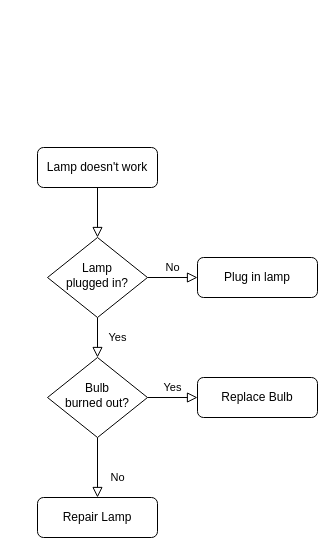
The draw.io diagram Untitled Diagram.drawio in RainInApril/holbertonschool-simple_shell, before the edit. Source tidied: cells renumbered, new cells numbered last; positions are measured from the earlier drawing's top-left corner, leaving out a move shared by most shapes. Both pictures are drawn from the tidied source at 100%, with x=0, y=0 at pixel (37, 147).
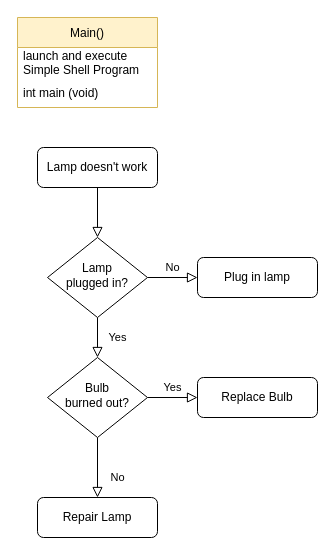
The same page after the edit.

What changed in the source:
```diff
@@
 <mxGraphModel>
   <root>
     <mxCell id="0" />
     <mxCell id="1" parent="0" />
     <mxCell id="2" style="rounded=0;html=1;jettySize=auto;fontSize=11;endArrow=block;endFill=0;endSize=8;strokeWidth=1;shadow=0;labelBackgroundColor=none;edgeStyle=orthogonalEdgeStyle;" parent="1" edge="1" source="3" target="6">
       <mxGeometry relative="1" as="geometry" />
     </mxCell>
     <mxCell id="3" value="Lamp doesn't work" style="rounded=1;whiteSpace=wrap;html=1;fontSize=12;glass=0;strokeWidth=1;shadow=0;" parent="1" vertex="1">
       <mxGeometry width="120" height="40" as="geometry" />
     </mxCell>
     <mxCell id="4" value="Yes" style="rounded=0;html=1;jettySize=auto;fontSize=11;endArrow=block;endFill=0;endSize=8;strokeWidth=1;shadow=0;labelBackgroundColor=none;edgeStyle=orthogonalEdgeStyle;" parent="1" edge="1" source="6" target="10">
       <mxGeometry y="20" relative="1" as="geometry" />
     </mxCell>
     <mxCell id="5" value="No" style="edgeStyle=orthogonalEdgeStyle;rounded=0;html=1;jettySize=auto;fontSize=11;endArrow=block;endFill=0;endSize=8;strokeWidth=1;shadow=0;labelBackgroundColor=none;" parent="1" edge="1" source="6" target="7">
       <mxGeometry y="10" relative="1" as="geometry" />
     </mxCell>
     <mxCell id="6" value="Lamp&lt;br&gt;plugged in?" style="rhombus;whiteSpace=wrap;html=1;shadow=0;fontFamily=Helvetica;fontSize=12;align=center;strokeWidth=1;spacing=6;spacingTop=-4;" parent="1" vertex="1">
       <mxGeometry x="10" y="90" width="100" height="80" as="geometry" />
     </mxCell>
     <mxCell id="7" value="Plug in lamp" style="rounded=1;whiteSpace=wrap;html=1;fontSize=12;glass=0;strokeWidth=1;shadow=0;" parent="1" vertex="1">
       <mxGeometry x="160" y="110" width="120" height="40" as="geometry" />
     </mxCell>
     <mxCell id="8" value="No" style="rounded=0;html=1;jettySize=auto;fontSize=11;endArrow=block;endFill=0;endSize=8;strokeWidth=1;shadow=0;labelBackgroundColor=none;edgeStyle=orthogonalEdgeStyle;" parent="1" edge="1" source="10" target="11">
       <mxGeometry x="0.33" y="20" relative="1" as="geometry" />
     </mxCell>
     <mxCell id="9" value="Yes" style="edgeStyle=orthogonalEdgeStyle;rounded=0;html=1;jettySize=auto;fontSize=11;endArrow=block;endFill=0;endSize=8;strokeWidth=1;shadow=0;labelBackgroundColor=none;" parent="1" edge="1" source="10" target="12">
       <mxGeometry y="10" relative="1" as="geometry" />
     </mxCell>
     <mxCell id="10" value="Bulb&lt;br&gt;burned out?" style="rhombus;whiteSpace=wrap;html=1;shadow=0;fontFamily=Helvetica;fontSize=12;align=center;strokeWidth=1;spacing=6;spacingTop=-4;" parent="1" vertex="1">
       <mxGeometry x="10" y="210" width="100" height="80" as="geometry" />
     </mxCell>
     <mxCell id="11" value="Repair Lamp" style="rounded=1;whiteSpace=wrap;html=1;fontSize=12;glass=0;strokeWidth=1;shadow=0;" parent="1" vertex="1">
       <mxGeometry y="350" width="120" height="40" as="geometry" />
     </mxCell>
     <mxCell id="12" value="Replace Bulb" style="rounded=1;whiteSpace=wrap;html=1;fontSize=12;glass=0;strokeWidth=1;shadow=0;" parent="1" vertex="1">
       <mxGeometry x="160" y="230" width="120" height="40" as="geometry" />
     </mxCell>
+    <mxCell id="13" value="Main()" style="swimlane;fontStyle=0;horizontal=1;startSize=30;fillColor=#fff2cc;strokeColor=#d6b656;" parent="1" vertex="1">
+      <mxGeometry x="-20" y="-130" width="140" height="90" as="geometry" />
+    </mxCell>
+    <mxCell id="14" value="launch and execute &#10;Simple Shell Program" style="text;strokeColor=none;fillColor=none;align=left;verticalAlign=middle;spacingLeft=4;spacingRight=4;overflow=hidden;" parent="13" vertex="1">
+      <mxGeometry y="30" width="140" height="30" as="geometry" />
+    </mxCell>
+    <mxCell id="15" value="int main (void)" style="text;strokeColor=none;fillColor=none;align=left;verticalAlign=middle;spacingLeft=4;spacingRight=4;overflow=hidden;" parent="13" vertex="1">
+      <mxGeometry y="60" width="140" height="30" as="geometry" />
+    </mxCell>
   </root>
 </mxGraphModel>
```
